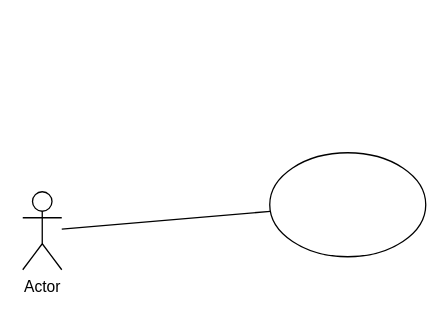
This is Documentação/Casos de Usos Balstore.drawio from Arthur-Snts/Balstore, a draw.io file, before an edit. Source tidied: cells renumbered, new cells numbered last; positions are measured from the earlier drawing's top-left corner, leaving out a move shared by most shapes. Both pictures are drawn from the tidied source at 130%, with x=0, y=0 at pixel (22, 152).
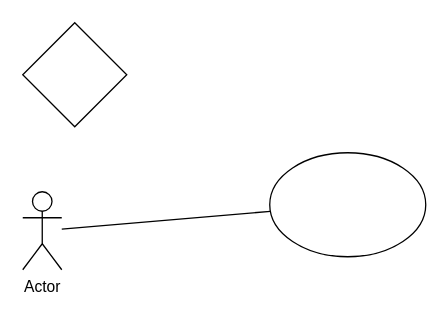
After the change.

The edit, as a diff of the source:
```diff
@@
 <mxGraphModel>
   <root>
     <mxCell id="0" />
     <mxCell id="1" parent="0" />
     <mxCell id="2" value="Actor" style="shape=umlActor;verticalLabelPosition=bottom;verticalAlign=top;html=1;outlineConnect=0;" parent="1" vertex="1">
       <mxGeometry y="30" width="30" height="60" as="geometry" />
     </mxCell>
     <mxCell id="3" style="ellipse;whiteSpace=wrap;html=1;" parent="1" vertex="1">
       <mxGeometry x="190" width="120" height="80" as="geometry" />
     </mxCell>
     <mxCell id="4" style="endArrow=none;html=1;rounded=0;" parent="1" edge="1" source="2" target="3">
       <mxGeometry relative="1" as="geometry" />
     </mxCell>
+    <mxCell id="5" style="rhombus;whiteSpace=wrap;html=1;" parent="1" vertex="1">
+      <mxGeometry y="-100" width="80" height="80" as="geometry" />
+    </mxCell>
   </root>
 </mxGraphModel>
```
